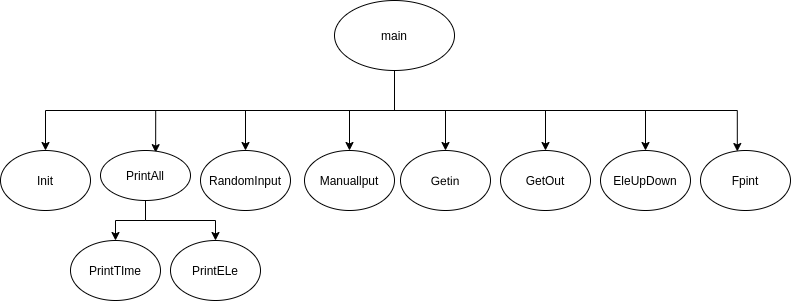
Above: drawio/结构.png in Elma417/repos (draw.io), before the change. Source tidied: cells renumbered, new cells last; positions are measured from the earlier drawing's top-left corner, leaving out a move shared by most shapes. Its diagram source:
```xml
<mxGraphModel>
  <root>
    <mxCell id="0" />
    <mxCell id="1" parent="0" />
    <mxCell id="2" style="edgeStyle=orthogonalEdgeStyle;rounded=0;jettySize=auto;html=1;entryX=0.5;entryY=0;entryDx=0;entryDy=0;" parent="1" edge="1" source="10" target="11">
      <mxGeometry relative="1" as="geometry">
        <Array as="points">
          <mxPoint x="394" y="110" />
          <mxPoint x="45" y="110" />
        </Array>
      </mxGeometry>
    </mxCell>
    <mxCell id="3" style="edgeStyle=orthogonalEdgeStyle;rounded=0;jettySize=auto;html=1;" parent="1" edge="1" source="10" target="15">
      <mxGeometry relative="1" as="geometry">
        <Array as="points">
          <mxPoint x="394" y="110" />
          <mxPoint x="245" y="110" />
        </Array>
      </mxGeometry>
    </mxCell>
    <mxCell id="4" style="edgeStyle=orthogonalEdgeStyle;rounded=0;jettySize=auto;html=1;entryX=0.613;entryY=0.043;entryDx=0;entryDy=0;entryPerimeter=0;" parent="1" edge="1" source="10" target="14">
      <mxGeometry relative="1" as="geometry">
        <Array as="points">
          <mxPoint x="394" y="110" />
          <mxPoint x="155" y="110" />
        </Array>
      </mxGeometry>
    </mxCell>
    <mxCell id="5" style="edgeStyle=orthogonalEdgeStyle;rounded=0;jettySize=auto;html=1;entryX=0.5;entryY=0;entryDx=0;entryDy=0;" parent="1" edge="1" source="10" target="16">
      <mxGeometry relative="1" as="geometry" />
    </mxCell>
    <mxCell id="6" style="edgeStyle=orthogonalEdgeStyle;rounded=0;jettySize=auto;html=1;entryX=0.5;entryY=0;entryDx=0;entryDy=0;" parent="1" edge="1" source="10" target="17">
      <mxGeometry relative="1" as="geometry">
        <Array as="points">
          <mxPoint x="394" y="110" />
          <mxPoint x="445" y="110" />
        </Array>
      </mxGeometry>
    </mxCell>
    <mxCell id="7" style="edgeStyle=orthogonalEdgeStyle;rounded=0;jettySize=auto;html=1;entryX=0.5;entryY=0;entryDx=0;entryDy=0;" parent="1" edge="1" source="10" target="18">
      <mxGeometry relative="1" as="geometry">
        <Array as="points">
          <mxPoint x="394" y="110" />
          <mxPoint x="545" y="110" />
        </Array>
      </mxGeometry>
    </mxCell>
    <mxCell id="8" style="edgeStyle=orthogonalEdgeStyle;rounded=0;jettySize=auto;html=1;" parent="1" edge="1" source="10" target="19">
      <mxGeometry relative="1" as="geometry">
        <Array as="points">
          <mxPoint x="394" y="110" />
          <mxPoint x="645" y="110" />
        </Array>
      </mxGeometry>
    </mxCell>
    <mxCell id="9" style="edgeStyle=orthogonalEdgeStyle;rounded=0;jettySize=auto;html=1;entryX=0.409;entryY=0.017;entryDx=0;entryDy=0;entryPerimeter=0;" parent="1" edge="1" source="10" target="22">
      <mxGeometry relative="1" as="geometry">
        <Array as="points">
          <mxPoint x="394" y="110" />
          <mxPoint x="737" y="110" />
        </Array>
      </mxGeometry>
    </mxCell>
    <mxCell id="10" value="main" style="ellipse;whiteSpace=wrap;html=1;" parent="1" vertex="1">
      <mxGeometry x="334" width="120" height="70" as="geometry" />
    </mxCell>
    <mxCell id="11" value="Init" style="ellipse;whiteSpace=wrap;html=1;" parent="1" vertex="1">
      <mxGeometry y="150" width="90" height="60" as="geometry" />
    </mxCell>
    <mxCell id="12" style="edgeStyle=orthogonalEdgeStyle;rounded=0;jettySize=auto;html=1;entryX=0.5;entryY=0;entryDx=0;entryDy=0;" parent="1" edge="1" source="14" target="21">
      <mxGeometry relative="1" as="geometry" />
    </mxCell>
    <mxCell id="13" style="edgeStyle=orthogonalEdgeStyle;rounded=0;jettySize=auto;html=1;entryX=0.5;entryY=0;entryDx=0;entryDy=0;" parent="1" edge="1" source="14" target="20">
      <mxGeometry relative="1" as="geometry" />
    </mxCell>
    <mxCell id="14" value="PrintAll" style="ellipse;whiteSpace=wrap;html=1;" parent="1" vertex="1">
      <mxGeometry x="100" y="150" width="90" height="50" as="geometry" />
    </mxCell>
    <mxCell id="15" value="RandomInput" style="ellipse;whiteSpace=wrap;html=1;" parent="1" vertex="1">
      <mxGeometry x="200" y="150" width="90" height="60" as="geometry" />
    </mxCell>
    <mxCell id="16" value="Manuallput" style="ellipse;whiteSpace=wrap;html=1;" parent="1" vertex="1">
      <mxGeometry x="304" y="150" width="90" height="60" as="geometry" />
    </mxCell>
    <mxCell id="17" value="Getin" style="ellipse;whiteSpace=wrap;html=1;" parent="1" vertex="1">
      <mxGeometry x="400" y="150" width="90" height="60" as="geometry" />
    </mxCell>
    <mxCell id="18" value="GetOut" style="ellipse;whiteSpace=wrap;html=1;" parent="1" vertex="1">
      <mxGeometry x="500" y="150" width="90" height="60" as="geometry" />
    </mxCell>
    <mxCell id="19" value="EleUpDown" style="ellipse;whiteSpace=wrap;html=1;" parent="1" vertex="1">
      <mxGeometry x="600" y="150" width="90" height="60" as="geometry" />
    </mxCell>
    <mxCell id="20" value="PrintELe" style="ellipse;whiteSpace=wrap;html=1;" parent="1" vertex="1">
      <mxGeometry x="170" y="240" width="90" height="60" as="geometry" />
    </mxCell>
    <mxCell id="21" value="PrintTIme" style="ellipse;whiteSpace=wrap;html=1;" parent="1" vertex="1">
      <mxGeometry x="70" y="240" width="90" height="60" as="geometry" />
    </mxCell>
    <mxCell id="22" value="Fpint" style="ellipse;whiteSpace=wrap;html=1;" parent="1" vertex="1">
      <mxGeometry x="700" y="150" width="90" height="60" as="geometry" />
    </mxCell>
  </root>
</mxGraphModel>
```
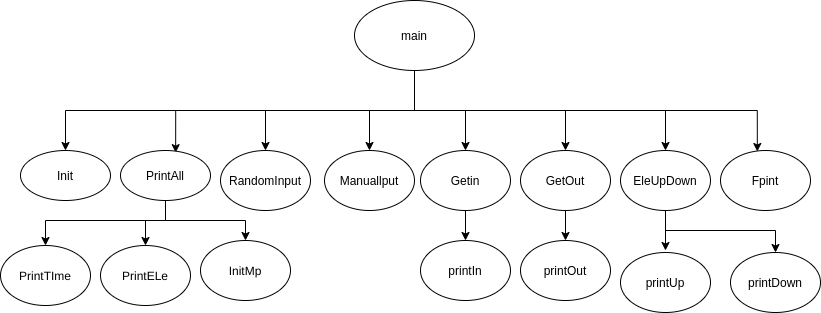
After the change.

Commit message:
重装前的备份

The edit, as a diff of the source:
```diff
@@ -65,14 +65,32 @@
       <mxGeometry x="334" width="120" height="70" as="geometry" />
     </mxCell>
     <mxCell id="11" value="Init" style="ellipse;whiteSpace=wrap;html=1;" parent="1" vertex="1">
-      <mxGeometry y="150" width="90" height="60" as="geometry" />
+      <mxGeometry y="150" width="90" height="50" as="geometry" />
     </mxCell>
     <mxCell id="12" style="edgeStyle=orthogonalEdgeStyle;rounded=0;jettySize=auto;html=1;entryX=0.5;entryY=0;entryDx=0;entryDy=0;" parent="1" edge="1" source="14" target="21">
-      <mxGeometry relative="1" as="geometry" />
+      <mxGeometry relative="1" as="geometry">
+        <Array as="points">
+          <mxPoint x="145" y="220" />
+          <mxPoint x="25" y="220" />
+        </Array>
+      </mxGeometry>
     </mxCell>
     <mxCell id="13" style="edgeStyle=orthogonalEdgeStyle;rounded=0;jettySize=auto;html=1;entryX=0.5;entryY=0;entryDx=0;entryDy=0;" parent="1" edge="1" source="14" target="20">
-      <mxGeometry relative="1" as="geometry" />
+      <mxGeometry relative="1" as="geometry">
+        <Array as="points">
+          <mxPoint x="145" y="220" />
+          <mxPoint x="125" y="220" />
+        </Array>
+      </mxGeometry>
     </mxCell>
+    <mxCell id="23" style="edgeStyle=orthogonalEdgeStyle;rounded=0;jettySize=auto;html=1;" parent="1" edge="1" source="14" target="29">
+      <mxGeometry relative="1" as="geometry">
+        <Array as="points">
+          <mxPoint x="145" y="220" />
+          <mxPoint x="225" y="220" />
+        </Array>
+      </mxGeometry>
+    </mxCell>
     <mxCell id="14" value="PrintAll" style="ellipse;whiteSpace=wrap;html=1;" parent="1" vertex="1">
       <mxGeometry x="100" y="150" width="90" height="50" as="geometry" />
     </mxCell>
@@ -82,23 +100,57 @@
     <mxCell id="16" value="Manuallput" style="ellipse;whiteSpace=wrap;html=1;" parent="1" vertex="1">
       <mxGeometry x="304" y="150" width="90" height="60" as="geometry" />
     </mxCell>
+    <mxCell id="24" style="edgeStyle=orthogonalEdgeStyle;rounded=0;jettySize=auto;html=1;" parent="1" edge="1" source="17" target="28">
+      <mxGeometry relative="1" as="geometry" />
+    </mxCell>
     <mxCell id="17" value="Getin" style="ellipse;whiteSpace=wrap;html=1;" parent="1" vertex="1">
       <mxGeometry x="400" y="150" width="90" height="60" as="geometry" />
     </mxCell>
+    <mxCell id="25" style="edgeStyle=orthogonalEdgeStyle;rounded=0;jettySize=auto;html=1;" parent="1" edge="1" source="18" target="30">
+      <mxGeometry relative="1" as="geometry" />
+    </mxCell>
     <mxCell id="18" value="GetOut" style="ellipse;whiteSpace=wrap;html=1;" parent="1" vertex="1">
       <mxGeometry x="500" y="150" width="90" height="60" as="geometry" />
     </mxCell>
+    <mxCell id="26" style="edgeStyle=orthogonalEdgeStyle;rounded=0;jettySize=auto;html=1;" parent="1" edge="1" source="19">
+      <mxGeometry relative="1" as="geometry">
+        <mxPoint x="645" y="250" as="targetPoint" />
+      </mxGeometry>
+    </mxCell>
+    <mxCell id="27" style="edgeStyle=orthogonalEdgeStyle;rounded=0;jettySize=auto;html=1;" parent="1" edge="1" source="19" target="32">
+      <mxGeometry relative="1" as="geometry">
+        <Array as="points">
+          <mxPoint x="645" y="230" />
+          <mxPoint x="755" y="230" />
+        </Array>
+      </mxGeometry>
+    </mxCell>
     <mxCell id="19" value="EleUpDown" style="ellipse;whiteSpace=wrap;html=1;" parent="1" vertex="1">
       <mxGeometry x="600" y="150" width="90" height="60" as="geometry" />
     </mxCell>
     <mxCell id="20" value="PrintELe" style="ellipse;whiteSpace=wrap;html=1;" parent="1" vertex="1">
-      <mxGeometry x="170" y="240" width="90" height="60" as="geometry" />
+      <mxGeometry x="80" y="245" width="90" height="60" as="geometry" />
     </mxCell>
     <mxCell id="21" value="PrintTIme" style="ellipse;whiteSpace=wrap;html=1;" parent="1" vertex="1">
-      <mxGeometry x="70" y="240" width="90" height="60" as="geometry" />
+      <mxGeometry x="-20" y="245" width="90" height="60" as="geometry" />
     </mxCell>
     <mxCell id="22" value="Fpint" style="ellipse;whiteSpace=wrap;html=1;" parent="1" vertex="1">
       <mxGeometry x="700" y="150" width="90" height="60" as="geometry" />
     </mxCell>
+    <mxCell id="28" value="printIn&lt;br&gt;" style="ellipse;whiteSpace=wrap;html=1;" parent="1" vertex="1">
+      <mxGeometry x="400" y="240" width="90" height="60" as="geometry" />
+    </mxCell>
+    <mxCell id="29" value="InitMp" style="ellipse;whiteSpace=wrap;html=1;" parent="1" vertex="1">
+      <mxGeometry x="180" y="240" width="90" height="60" as="geometry" />
+    </mxCell>
+    <mxCell id="30" value="printOut" style="ellipse;whiteSpace=wrap;html=1;" parent="1" vertex="1">
+      <mxGeometry x="500" y="240" width="90" height="60" as="geometry" />
+    </mxCell>
+    <mxCell id="31" value="printUp&lt;br&gt;" style="ellipse;whiteSpace=wrap;html=1;" parent="1" vertex="1">
+      <mxGeometry x="600" y="252" width="90" height="60" as="geometry" />
+    </mxCell>
+    <mxCell id="32" value="printDown&lt;br&gt;" style="ellipse;whiteSpace=wrap;html=1;" parent="1" vertex="1">
+      <mxGeometry x="710" y="252" width="90" height="60" as="geometry" />
+    </mxCell>
   </root>
 </mxGraphModel>
```
